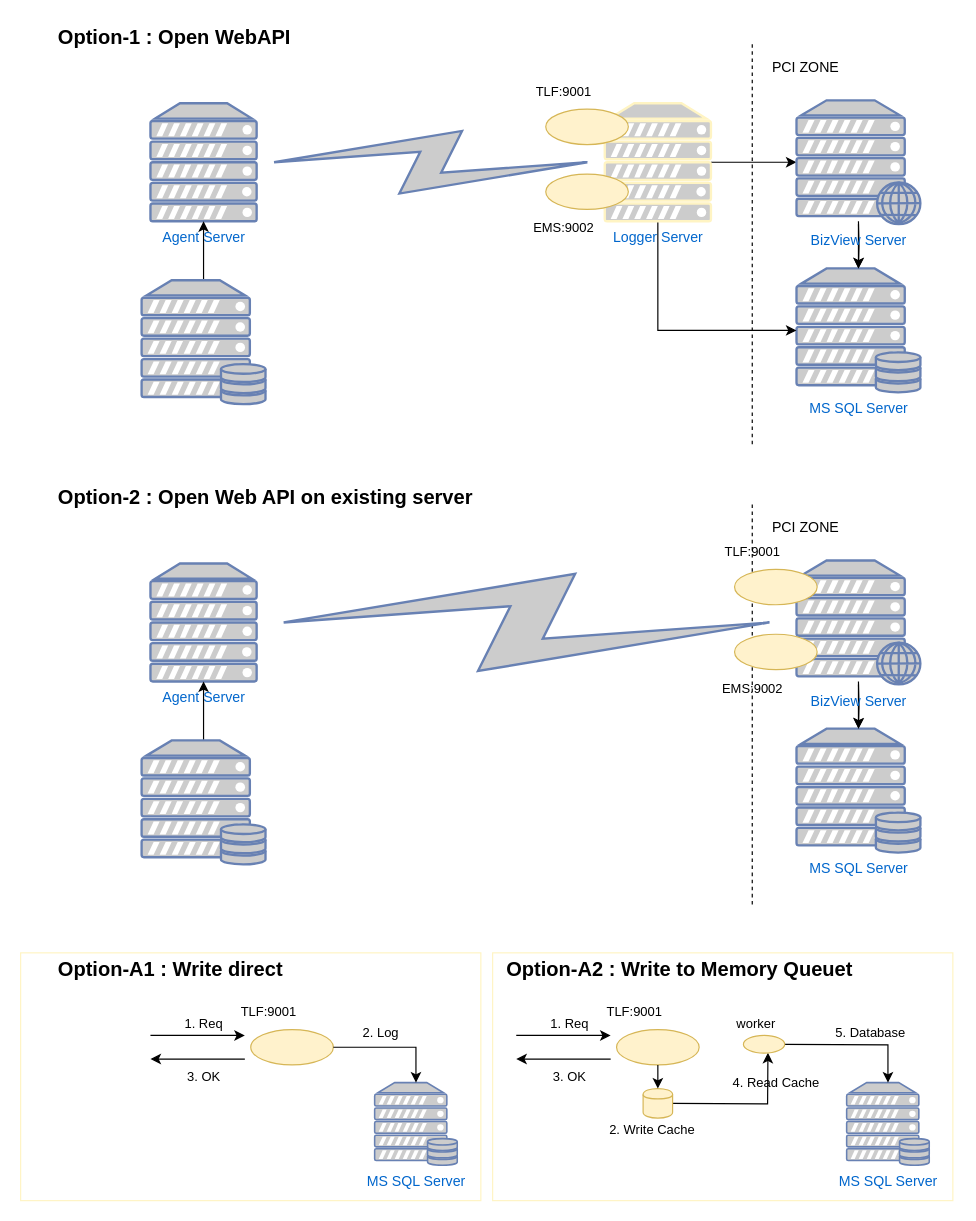
chainbis/ng-casts keeps this draw.io diagram as Replicate Data.drawio. Above is the earlier version. Source tidied: cells renumbered, new cells numbered last; positions are measured from the earlier drawing's top-left corner, leaving out a move shared by most shapes. Both pictures are drawn from the tidied source at 118%, with x=0, y=0 at pixel (20, 20).
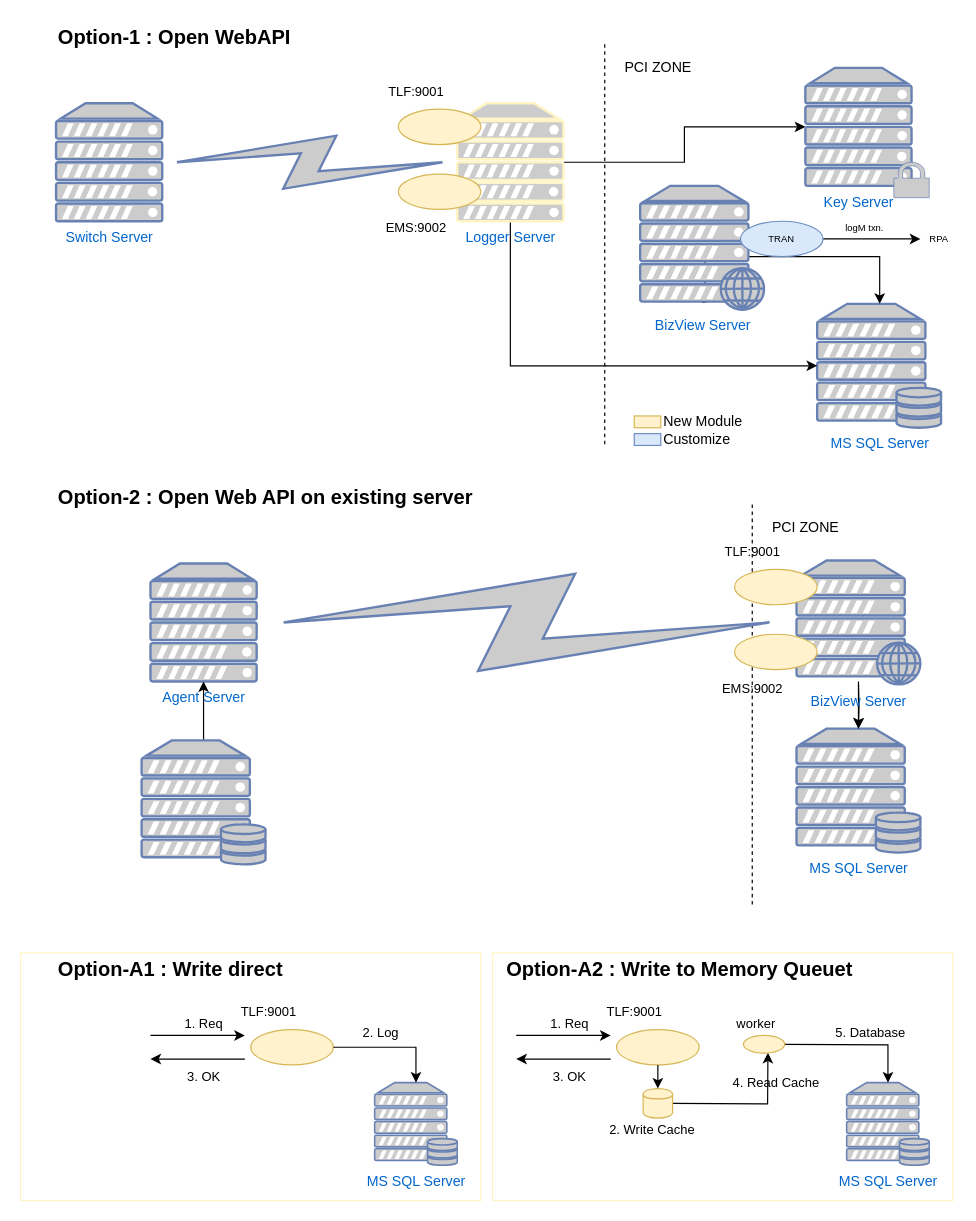
Above is the later version.

The edit, as a diff of the source:
```diff
@@
     <mxCell id="4" value="MS SQL Server" style="fontColor=#0066CC;verticalAlign=top;verticalLabelPosition=bottom;labelPosition=center;align=center;html=1;outlineConnect=0;fillColor=#CCCCCC;strokeColor=#6881B3;gradientColor=none;gradientDirection=north;strokeWidth=2;shape=mxgraph.networks.server_storage;" parent="1" vertex="1">
-      <mxGeometry x="657.5" y="210" width="105" height="105" as="geometry" />
+      <mxGeometry x="675" y="240" width="105" height="105" as="geometry" />
     </mxCell>
-    <mxCell id="5" value="Agent Server" style="fontColor=#0066CC;verticalAlign=top;verticalLabelPosition=bottom;labelPosition=center;align=center;html=1;outlineConnect=0;fillColor=#CCCCCC;strokeColor=#6881B3;gradientColor=none;gradientDirection=north;strokeWidth=2;shape=mxgraph.networks.server;" parent="1" vertex="1">
-      <mxGeometry x="110" y="70" width="90" height="100" as="geometry" />
+    <mxCell id="5" value="Switch Server" style="fontColor=#0066CC;verticalAlign=top;verticalLabelPosition=bottom;labelPosition=center;align=center;html=1;outlineConnect=0;fillColor=#CCCCCC;strokeColor=#6881B3;gradientColor=none;gradientDirection=north;strokeWidth=2;shape=mxgraph.networks.server;" parent="1" vertex="1">
+      <mxGeometry x="30" y="70" width="90" height="100" as="geometry" />
     </mxCell>
-    <mxCell id="6" style="edgeStyle=orthogonalEdgeStyle;rounded=0;jettySize=auto;html=1;entryX=0;entryY=0.5;entryDx=0;entryDy=0;entryPerimeter=0;" parent="1" edge="1" source="8" target="17">
-      <mxGeometry relative="1" as="geometry" />
-    </mxCell>
@@
+    <mxCell id="70" style="edgeStyle=orthogonalEdgeStyle;rounded=0;jettySize=auto;html=1;exitX=1;exitY=0.5;exitDx=0;exitDy=0;exitPerimeter=0;entryX=0;entryY=0.5;entryDx=0;entryDy=0;entryPerimeter=0;" parent="1" edge="1" source="8" target="71">
+      <mxGeometry relative="1" as="geometry" />
+    </mxCell>
     <mxCell id="8" value="Logger Server" style="fontColor=#0066CC;verticalAlign=top;verticalLabelPosition=bottom;labelPosition=center;align=center;html=1;outlineConnect=0;fillColor=#CCCCCC;strokeColor=#FFF4C3;gradientColor=none;gradientDirection=north;strokeWidth=2;shape=mxgraph.networks.server;" parent="1" vertex="1">
-      <mxGeometry x="495" y="70" width="90" height="100" as="geometry" />
+      <mxGeometry x="370" y="70" width="90" height="100" as="geometry" />
     </mxCell>
-    <mxCell id="9" style="edgeStyle=orthogonalEdgeStyle;rounded=0;jettySize=auto;html=1;" parent="1" edge="1" target="4">
-      <mxGeometry relative="1" as="geometry">
-        <mxPoint x="710" y="170" as="sourcePoint" />
-      </mxGeometry>
-    </mxCell>
-    <mxCell id="10" style="edgeStyle=orthogonalEdgeStyle;rounded=0;jettySize=auto;html=1;exitX=0.5;exitY=0;exitDx=0;exitDy=0;exitPerimeter=0;entryX=0.5;entryY=1;entryDx=0;entryDy=0;entryPerimeter=0;" parent="1" edge="1" source="11" target="5">
-      <mxGeometry relative="1" as="geometry" />
-    </mxCell>
-    <mxCell id="11" style="fontColor=#0066CC;verticalAlign=top;verticalLabelPosition=bottom;labelPosition=center;align=center;html=1;outlineConnect=0;fillColor=#CCCCCC;strokeColor=#6881B3;gradientColor=none;gradientDirection=north;strokeWidth=2;shape=mxgraph.networks.server_storage;" parent="1" vertex="1">
-      <mxGeometry x="102.5" y="220" width="105" height="105" as="geometry" />
-    </mxCell>
@@
     <mxCell id="13" style="endArrow=none;dashed=1;html=1;" parent="1" edge="1">
       <mxGeometry relative="1" as="geometry">
-        <mxPoint x="620" y="20" as="sourcePoint" />
-        <mxPoint x="620" y="360" as="targetPoint" />
+        <mxPoint x="495" y="20" as="sourcePoint" />
+        <mxPoint x="495" y="360" as="targetPoint" />
       </mxGeometry>
     </mxCell>
     <mxCell id="14" value="PCI ZONE" style="text;html=1;align=center;verticalAlign=middle;" parent="1" vertex="1">
-      <mxGeometry x="630" y="30" width="70" height="20" as="geometry" />
+      <mxGeometry x="505" y="30" width="70" height="20" as="geometry" />
     </mxCell>
@@
-    <mxCell id="16" style="edgeStyle=orthogonalEdgeStyle;rounded=0;jettySize=auto;html=1;fontSize=17;" parent="1" edge="1" source="17" target="4">
-      <mxGeometry relative="1" as="geometry" />
+    <mxCell id="16" style="edgeStyle=orthogonalEdgeStyle;rounded=0;jettySize=auto;html=1;exitX=0.5;exitY=0.94;exitDx=0;exitDy=0;exitPerimeter=0;" parent="1" edge="1" source="17" target="4">
+      <mxGeometry relative="1" as="geometry">
+        <Array as="points">
+          <mxPoint x="580" y="200" />
+          <mxPoint x="728" y="200" />
+        </Array>
+      </mxGeometry>
     </mxCell>
     <mxCell id="17" value="BizView Server" style="fontColor=#0066CC;verticalAlign=top;verticalLabelPosition=bottom;labelPosition=center;align=center;html=1;outlineConnect=0;fillColor=#CCCCCC;strokeColor=#6881B3;gradientColor=none;gradientDirection=north;strokeWidth=2;shape=mxgraph.networks.web_server;" parent="1" vertex="1">
-      <mxGeometry x="657.5" y="67.5" width="105" height="105" as="geometry" />
+      <mxGeometry x="525" y="140" width="105" height="105" as="geometry" />
     </mxCell>
     <mxCell id="18" style="group;" parent="1" vertex="1">
-      <mxGeometry x="430" y="50" width="85" height="55" as="geometry" />
+      <mxGeometry x="305" y="50" width="85" height="55" as="geometry" />
     </mxCell>
@@
     <mxCell id="21" style="group;" parent="1" vertex="1">
-      <mxGeometry x="425" y="130" width="90" height="56" as="geometry" />
+      <mxGeometry x="300" y="130" width="90" height="56" as="geometry" />
     </mxCell>
@@
+    <mxCell id="71" value="Key Server" style="fontColor=#0066CC;verticalAlign=top;verticalLabelPosition=bottom;labelPosition=center;align=center;html=1;outlineConnect=0;fillColor=#CCCCCC;strokeColor=#6881B3;gradientColor=none;gradientDirection=north;strokeWidth=2;shape=mxgraph.networks.server;" parent="1" vertex="1">
+      <mxGeometry x="665" y="40" width="90" height="100" as="geometry" />
+    </mxCell>
+    <mxCell id="72" style="fontColor=#0066CC;verticalAlign=top;verticalLabelPosition=bottom;labelPosition=center;align=center;html=1;fillColor=#CCCCCC;strokeColor=#6881B3;gradientColor=none;gradientDirection=north;strokeWidth=2;shape=mxgraph.networks.secured;" parent="1" vertex="1">
+      <mxGeometry x="740" y="120" width="30" height="30" as="geometry" />
+    </mxCell>
+    <mxCell id="73" style="group;" parent="1" vertex="1">
+      <mxGeometry x="520" y="330" width="97.5" height="35" as="geometry" />
+    </mxCell>
+    <mxCell id="74" style="rounded=0;whiteSpace=wrap;html=1;fillColor=#fff2cc;strokeColor=#d6b656;" parent="73" vertex="1">
+      <mxGeometry y="5" width="22.5" height="10" as="geometry" />
+    </mxCell>
+    <mxCell id="75" value="New Module" style="text;html=1;align=center;verticalAlign=middle;" parent="73" vertex="1">
+      <mxGeometry x="17.5" width="80" height="20" as="geometry" />
+    </mxCell>
+    <mxCell id="76" style="rounded=0;whiteSpace=wrap;html=1;fillColor=#dae8fc;strokeColor=#6c8ebf;" parent="73" vertex="1">
+      <mxGeometry y="20" width="22.5" height="10" as="geometry" />
+    </mxCell>
+    <mxCell id="77" value="Customize" style="text;html=1;align=left;verticalAlign=middle;" parent="73" vertex="1">
+      <mxGeometry x="22.5" y="15" width="70" height="20" as="geometry" />
+    </mxCell>
+    <mxCell id="78" style="edgeStyle=orthogonalEdgeStyle;rounded=0;jettySize=auto;html=1;exitX=1;exitY=0.5;exitDx=0;exitDy=0;fontSize=8;" parent="1" edge="1" source="79" target="80">
+      <mxGeometry relative="1" as="geometry" />
+    </mxCell>
+    <mxCell id="79" value="TRAN" style="ellipse;whiteSpace=wrap;html=1;fontSize=8;fillColor=#dae8fc;strokeColor=#6c8ebf;" parent="1" vertex="1">
+      <mxGeometry x="610" y="170" width="70" height="30" as="geometry" />
+    </mxCell>
+    <mxCell id="80" value="RPA" style="text;html=1;align=center;verticalAlign=middle;points=[];fontSize=8;" parent="1" vertex="1">
+      <mxGeometry x="762.5" y="175" width="30" height="20" as="geometry" />
+    </mxCell>
+    <mxCell id="81" value="logM txn." style="text;html=1;align=center;verticalAlign=middle;fontSize=8;" parent="1" vertex="1">
+      <mxGeometry x="690" y="166" width="50" height="20" as="geometry" />
+    </mxCell>
```
